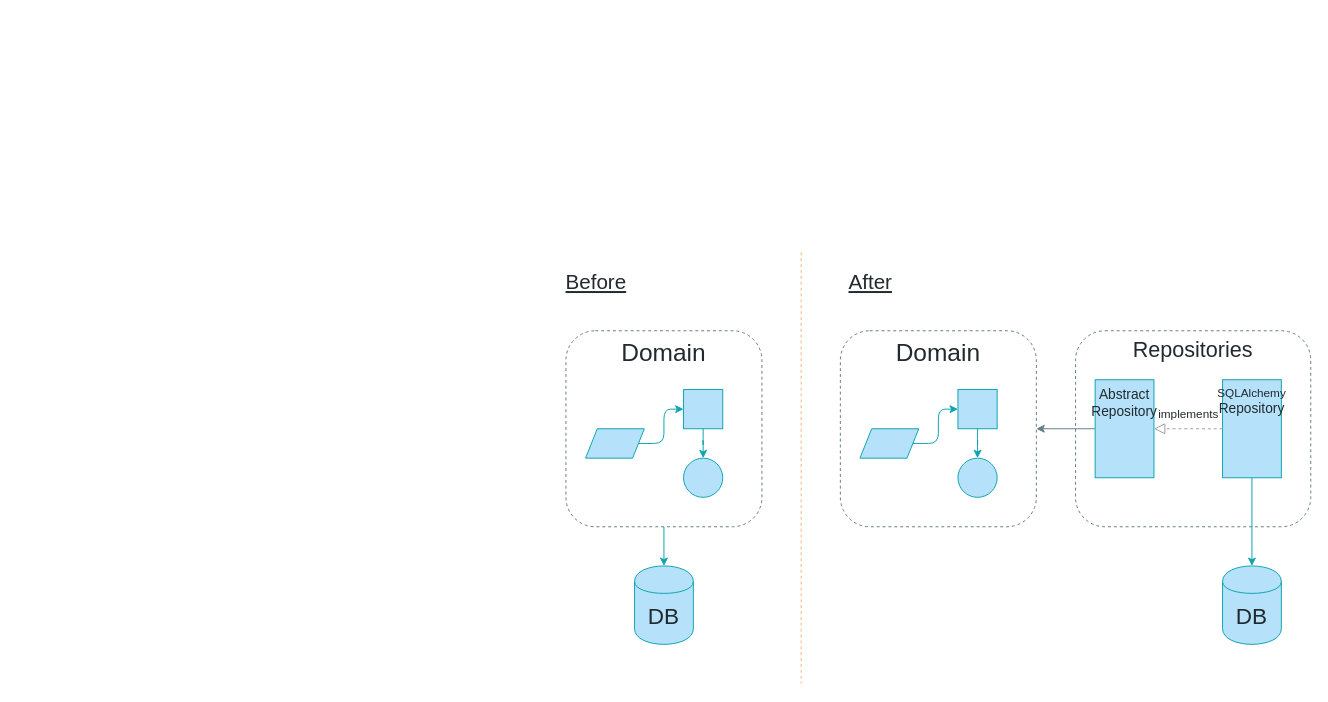
cosmicpython/book keeps this draw.io diagram as page "Chapter 2" (2 of 10) of maps.drawio. Above is the earlier version. Source tidied: cells renumbered, new cells numbered last; positions are measured from the earlier drawing's top-left corner, leaving out a move shared by most shapes. Both pictures are drawn from the tidied source at 98%, with x=0, y=0 at pixel (565, 252).
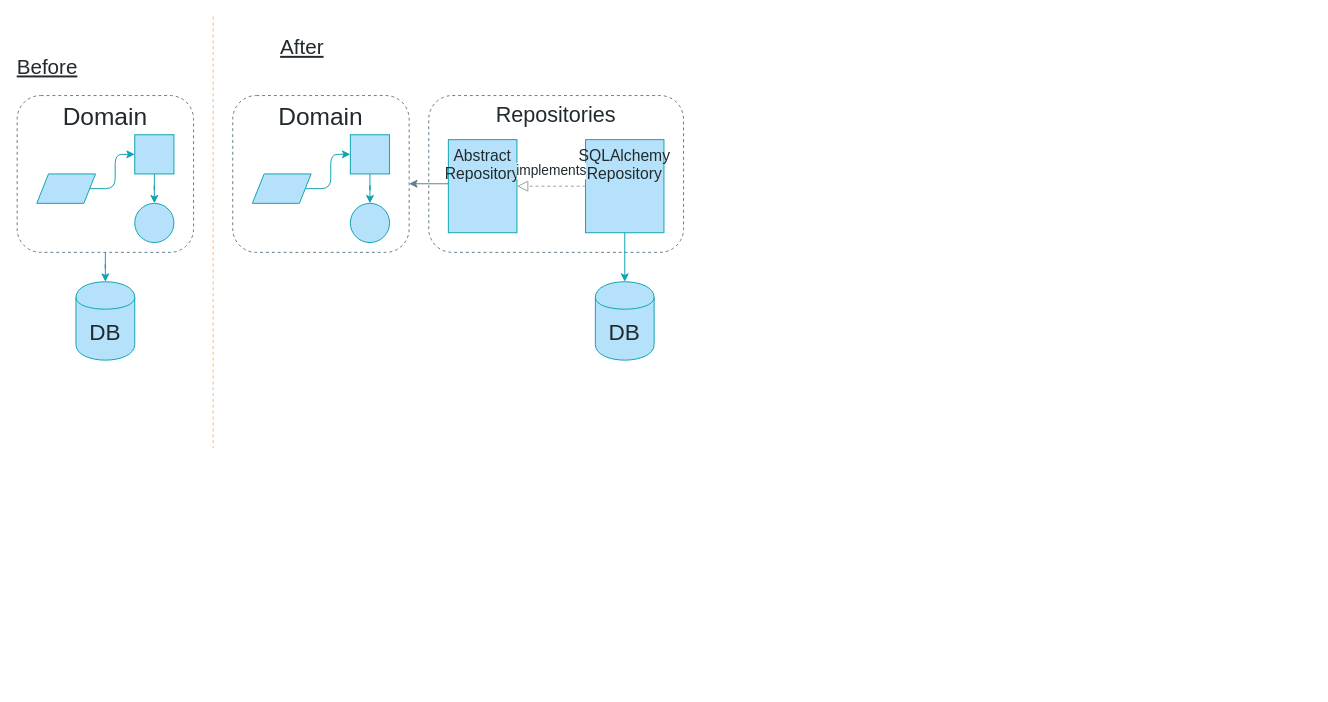
The same diagram, later.

What changed in the source:
```diff
@@
     <mxCell id="2" value="DB" style="shape=cylinder;whiteSpace=wrap;html=1;boundedLbl=1;backgroundOutline=1;strokeColor=#0FA3B1;fillColor=#B5E2FA;fontSize=23;fontColor=#212A2E;gradientColor=none;fontFamily=Guardian Sans Cond Light;" parent="1" vertex="1">
-      <mxGeometry x="70" y="320" width="60" height="80" as="geometry" />
+      <mxGeometry x="-500" y="30" width="60" height="80" as="geometry" />
     </mxCell>
@@
     <mxCell id="4" value="Before" style="text;html=1;strokeColor=none;fillColor=none;align=center;verticalAlign=middle;whiteSpace=wrap;rounded=0;fontFamily=Guardian Sans Cond Light;fontSize=21;fontColor=#212A2E;fontStyle=4;" parent="1" vertex="1">
-      <mxGeometry y="20" width="62" height="20" as="geometry" />
+      <mxGeometry x="-560" y="-200" width="62" height="20" as="geometry" />
     </mxCell>
     <mxCell id="5" style="endArrow=none;dashed=1;html=1;strokeColor=#FFB570;fillColor=#B5E2FA;fontFamily=Guardian Sans Cond Light;fontSize=21;fontColor=#212A2E;" parent="1" edge="1">
       <mxGeometry relative="1" as="geometry">
-        <mxPoint x="240" as="sourcePoint" />
-        <mxPoint x="240" y="440" as="targetPoint" />
+        <mxPoint x="-360" y="-240.4" as="sourcePoint" />
+        <mxPoint x="-360" y="199.6" as="targetPoint" />
       </mxGeometry>
     </mxCell>
     <mxCell id="6" value="After" style="text;html=1;strokeColor=none;fillColor=none;align=center;verticalAlign=middle;whiteSpace=wrap;rounded=0;fontFamily=Guardian Sans Cond Light;fontSize=21;fontColor=#212A2E;fontStyle=4;" parent="1" vertex="1">
-      <mxGeometry x="280" y="20" width="62" height="20" as="geometry" />
+      <mxGeometry x="-300" y="-220" width="62" height="20" as="geometry" />
     </mxCell>
-    <mxCell id="7" style="edgeStyle=orthogonalEdgeStyle;jettySize=auto;html=1;strokeColor=#637C89;fillColor=#B5E2FA;fontFamily=Guardian Sans Cond Light;fontSize=12;fontColor=#212A2E;" parent="1" edge="1" source="9" target="22">
-      <mxGeometry relative="1" as="geometry" />
+    <mxCell id="7" style="edgeStyle=orthogonalEdgeStyle;jettySize=auto;html=1;strokeColor=#637C89;fillColor=#B5E2FA;fontFamily=Guardian Sans Cond Light;fontSize=12;fontColor=#212A2E;" parent="1" edge="1" source="9">
+      <mxGeometry relative="1" as="geometry">
+        <mxPoint x="-160" y="-70" as="targetPoint" />
+        <Array as="points">
+          <mxPoint x="-130" y="-70" />
+          <mxPoint x="-130" y="-70" />
+        </Array>
+      </mxGeometry>
     </mxCell>
     <mxCell id="8" value="&lt;font style=&quot;font-size: 22px;&quot; color=&quot;#212A2E&quot;&gt;Repositories&lt;/font&gt;" style="whiteSpace=wrap;html=1;strokeColor=#637C89;fillColor=none;gradientColor=none;fontFamily=Guardian Sans Cond Light;fontSize=22;fontColor=#000000;verticalAlign=top;rounded=1;dashed=1;" parent="1" vertex="1">
-      <mxGeometry x="520" y="80" width="240" height="200" as="geometry" />
+      <mxGeometry x="-140" y="-160" width="260" height="160" as="geometry" />
     </mxCell>
-    <mxCell id="9" value="&lt;font style=&quot;font-size: 14px;&quot; color=&quot;#212A2E&quot;&gt;Abstract Repository&lt;br style=&quot;font-size: 14px;&quot;&gt;&lt;/font&gt;" style="whiteSpace=wrap;html=1;strokeColor=#0FA3B1;fillColor=#B5E2FA;gradientColor=none;fontFamily=Guardian Sans Cond Light;fontSize=14;fontColor=#212A2E;verticalAlign=top;" parent="1" vertex="1">
-      <mxGeometry x="540" y="130" width="60" height="100" as="geometry" />
+    <mxCell id="9" value="&lt;font style=&quot;font-size: 16px;&quot; color=&quot;#212A2E&quot;&gt;Abstract Repository&lt;br style=&quot;font-size: 16px;&quot;&gt;&lt;/font&gt;" style="whiteSpace=wrap;html=1;strokeColor=#0FA3B1;fillColor=#B5E2FA;gradientColor=none;fontFamily=Guardian Sans Cond Light;fontSize=16;fontColor=#212A2E;verticalAlign=top;" parent="1" vertex="1">
+      <mxGeometry x="-120" y="-115" width="70" height="95" as="geometry" />
     </mxCell>
@@
-    <mxCell id="11" value="SQLAlchemy&lt;br style=&quot;font-size: 12px&quot;&gt;&lt;font style=&quot;font-size: 14px&quot;&gt;Repository&lt;/font&gt;" style="whiteSpace=wrap;html=1;strokeColor=#0FA3B1;fillColor=#B5E2FA;gradientColor=none;fontFamily=Guardian Sans Cond Light;fontSize=12;fontColor=#212A2E;verticalAlign=top;" parent="1" vertex="1">
-      <mxGeometry x="670" y="130" width="60" height="100" as="geometry" />
+    <mxCell id="11" value="SQLAlchemy&lt;br style=&quot;font-size: 16px;&quot;&gt;&lt;font style=&quot;font-size: 16px;&quot;&gt;Repository&lt;/font&gt;" style="whiteSpace=wrap;html=1;strokeColor=#0FA3B1;fillColor=#B5E2FA;gradientColor=none;fontFamily=Guardian Sans Cond Light;fontSize=16;fontColor=#212A2E;verticalAlign=top;" parent="1" vertex="1">
+      <mxGeometry x="20" y="-115" width="80" height="95" as="geometry" />
     </mxCell>
-    <mxCell id="12" value="implements" style="endArrow=block;dashed=1;endFill=0;endSize=9;html=1;strokeColor=#9E9E9E;fillColor=#B5E2FA;fontFamily=Guardian Sans Cond Light;fontSize=12;fontColor=#212A2E;startSize=4;entryX=1;entryY=0.5;entryDx=0;entryDy=0;exitX=0;exitY=0.5;exitDx=0;exitDy=0;labelPosition=center;verticalLabelPosition=top;align=center;verticalAlign=bottom;spacingBottom=5;" parent="1" edge="1" source="11" target="9">
+    <mxCell id="12" value="implements" style="endArrow=block;dashed=1;endFill=0;endSize=9;html=1;strokeColor=#9E9E9E;fillColor=#B5E2FA;fontFamily=Guardian Sans Cond Light;fontSize=14;fontColor=#212A2E;startSize=4;entryX=1;entryY=0.5;entryDx=0;entryDy=0;exitX=0;exitY=0.5;exitDx=0;exitDy=0;labelPosition=center;verticalLabelPosition=top;align=center;verticalAlign=bottom;spacingBottom=5;" parent="1" edge="1" source="11" target="9">
       <mxGeometry relative="1" as="geometry" />
     </mxCell>
     <mxCell id="13" value="DB" style="shape=cylinder;whiteSpace=wrap;html=1;boundedLbl=1;backgroundOutline=1;strokeColor=#0FA3B1;fillColor=#B5E2FA;fontSize=23;fontColor=#212A2E;gradientColor=none;fontFamily=Guardian Sans Cond Light;" parent="1" vertex="1">
-      <mxGeometry x="670" y="320" width="60" height="80" as="geometry" />
+      <mxGeometry x="30" y="30" width="60" height="80" as="geometry" />
     </mxCell>
-    <mxCell id="14" style="group;" parent="1" vertex="1">
-      <mxGeometry y="80" width="200" height="200" as="geometry" />
-    </mxCell>
-    <mxCell id="15" value="Domain" style="rounded=1;whiteSpace=wrap;html=1;fontFamily=Guardian Sans Cond Light;verticalAlign=top;fontSize=25;fontColor=#212A2E;fillColor=none;strokeColor=#637C89;dashed=1;" parent="14" vertex="1">
-      <mxGeometry width="200" height="200" as="geometry" />
+    <mxCell id="15" value="Domain" style="rounded=1;whiteSpace=wrap;html=1;fontFamily=Guardian Sans Cond Light;verticalAlign=top;fontSize=25;fontColor=#212A2E;fillColor=none;strokeColor=#637C89;dashed=1;" parent="1" vertex="1">
+      <mxGeometry x="-560" y="-160" width="180" height="160" as="geometry" />
     </mxCell>
-    <mxCell id="16" style="whiteSpace=wrap;html=1;fontSize=22;strokeColor=#0FA3B1;fillColor=#B5E2FA;fontFamily=Guardian Sans Cond Light;" parent="14" vertex="1">
-      <mxGeometry x="120" y="60" width="40" height="40" as="geometry" />
+    <mxCell id="16" style="whiteSpace=wrap;html=1;fontSize=22;strokeColor=#0FA3B1;fillColor=#B5E2FA;fontFamily=Guardian Sans Cond Light;" parent="1" vertex="1">
+      <mxGeometry x="-440" y="-120" width="40" height="40" as="geometry" />
     </mxCell>
-    <mxCell id="17" style="ellipse;whiteSpace=wrap;html=1;fontSize=20;strokeColor=#0FA3B1;fillColor=#B5E2FA;fontFamily=Guardian Sans Cond Light;" parent="14" vertex="1">
-      <mxGeometry x="120" y="130" width="40" height="40" as="geometry" />
+    <mxCell id="17" style="ellipse;whiteSpace=wrap;html=1;fontSize=20;strokeColor=#0FA3B1;fillColor=#B5E2FA;fontFamily=Guardian Sans Cond Light;" parent="1" vertex="1">
+      <mxGeometry x="-440" y="-50" width="40" height="40" as="geometry" />
     </mxCell>
-    <mxCell id="18" style="edgeStyle=orthogonalEdgeStyle;jettySize=auto;html=1;fontSize=14;strokeColor=#0FA3B1;fillColor=#B5E2FA;" parent="14" edge="1" source="16" target="17">
+    <mxCell id="18" style="edgeStyle=orthogonalEdgeStyle;jettySize=auto;html=1;fontSize=14;strokeColor=#0FA3B1;fillColor=#B5E2FA;" parent="1" edge="1" source="16" target="17">
       <mxGeometry relative="1" as="geometry" />
     </mxCell>
-    <mxCell id="19" style="edgeStyle=orthogonalEdgeStyle;rounded=1;jettySize=auto;html=1;fontSize=14;strokeColor=#0FA3B1;entryX=0;entryY=0.5;entryDx=0;entryDy=0;exitX=1;exitY=0.5;exitDx=0;exitDy=0;" parent="14" edge="1" source="20" target="16">
+    <mxCell id="19" style="edgeStyle=orthogonalEdgeStyle;rounded=1;jettySize=auto;html=1;fontSize=14;strokeColor=#0FA3B1;entryX=0;entryY=0.5;entryDx=0;entryDy=0;exitX=1;exitY=0.5;exitDx=0;exitDy=0;" parent="1" edge="1" source="20" target="16">
       <mxGeometry relative="1" as="geometry" />
     </mxCell>
-    <mxCell id="20" style="shape=parallelogram;perimeter=parallelogramPerimeter;whiteSpace=wrap;html=1;strokeColor=#0FA3B1;fillColor=#B5E2FA;fontFamily=Guardian Sans Cond Light;fontSize=22;align=center;" parent="14" vertex="1">
-      <mxGeometry x="20" y="100" width="60" height="30" as="geometry" />
+    <mxCell id="20" style="shape=parallelogram;perimeter=parallelogramPerimeter;whiteSpace=wrap;html=1;strokeColor=#0FA3B1;fillColor=#B5E2FA;fontFamily=Guardian Sans Cond Light;fontSize=22;align=center;" parent="1" vertex="1">
+      <mxGeometry x="-540" y="-80" width="60" height="30" as="geometry" />
     </mxCell>
-    <mxCell id="21" style="group;" parent="1" vertex="1">
-      <mxGeometry x="280" y="80" width="200" height="200" as="geometry" />
-    </mxCell>
-    <mxCell id="22" value="Domain" style="rounded=1;whiteSpace=wrap;html=1;fontFamily=Guardian Sans Cond Light;verticalAlign=top;fontSize=25;fontColor=#212A2E;fillColor=none;strokeColor=#637C89;dashed=1;" parent="21" vertex="1">
-      <mxGeometry width="200" height="200" as="geometry" />
+    <mxCell id="22" value="Domain" style="rounded=1;whiteSpace=wrap;html=1;fontFamily=Guardian Sans Cond Light;verticalAlign=top;fontSize=25;fontColor=#212A2E;fillColor=none;strokeColor=#637C89;dashed=1;" parent="1" vertex="1">
+      <mxGeometry x="-340" y="-160" width="180" height="160" as="geometry" />
     </mxCell>
-    <mxCell id="23" style="whiteSpace=wrap;html=1;fontSize=22;strokeColor=#0FA3B1;fillColor=#B5E2FA;fontFamily=Guardian Sans Cond Light;" parent="21" vertex="1">
-      <mxGeometry x="120" y="60" width="40" height="40" as="geometry" />
-    </mxCell>
-    <mxCell id="24" style="ellipse;whiteSpace=wrap;html=1;fontSize=20;strokeColor=#0FA3B1;fillColor=#B5E2FA;fontFamily=Guardian Sans Cond Light;" parent="21" vertex="1">
-      <mxGeometry x="120" y="130" width="40" height="40" as="geometry" />
-    </mxCell>
-    <mxCell id="25" style="edgeStyle=orthogonalEdgeStyle;jettySize=auto;html=1;fontSize=14;strokeColor=#0FA3B1;fillColor=#B5E2FA;" parent="21" edge="1" source="23" target="24">
-      <mxGeometry relative="1" as="geometry" />
-    </mxCell>
-    <mxCell id="26" style="edgeStyle=orthogonalEdgeStyle;rounded=1;jettySize=auto;html=1;fontSize=14;strokeColor=#0FA3B1;entryX=0;entryY=0.5;entryDx=0;entryDy=0;exitX=1;exitY=0.5;exitDx=0;exitDy=0;" parent="21" edge="1" source="27" target="23">
-      <mxGeometry relative="1" as="geometry" />
-    </mxCell>
-    <mxCell id="27" style="shape=parallelogram;perimeter=parallelogramPerimeter;whiteSpace=wrap;html=1;strokeColor=#0FA3B1;fillColor=#B5E2FA;fontFamily=Guardian Sans Cond Light;fontSize=22;align=center;" parent="21" vertex="1">
-      <mxGeometry x="20" y="100" width="60" height="30" as="geometry" />
-    </mxCell>
+    <mxCell id="28" style="whiteSpace=wrap;html=1;fontSize=22;strokeColor=#0FA3B1;fillColor=#B5E2FA;fontFamily=Guardian Sans Cond Light;" parent="1" vertex="1">
+      <mxGeometry x="-220" y="-120" width="40" height="40" as="geometry" />
+    </mxCell>
+    <mxCell id="29" style="ellipse;whiteSpace=wrap;html=1;fontSize=20;strokeColor=#0FA3B1;fillColor=#B5E2FA;fontFamily=Guardian Sans Cond Light;" parent="1" vertex="1">
+      <mxGeometry x="-220" y="-50" width="40" height="40" as="geometry" />
+    </mxCell>
+    <mxCell id="30" style="edgeStyle=orthogonalEdgeStyle;jettySize=auto;html=1;fontSize=14;strokeColor=#0FA3B1;fillColor=#B5E2FA;" parent="1" edge="1" source="28" target="29">
+      <mxGeometry relative="1" as="geometry" />
+    </mxCell>
+    <mxCell id="31" style="edgeStyle=orthogonalEdgeStyle;rounded=1;jettySize=auto;html=1;fontSize=14;strokeColor=#0FA3B1;entryX=0;entryY=0.5;entryDx=0;entryDy=0;exitX=1;exitY=0.5;exitDx=0;exitDy=0;" parent="1" edge="1" source="32" target="28">
+      <mxGeometry relative="1" as="geometry" />
+    </mxCell>
+    <mxCell id="32" style="shape=parallelogram;perimeter=parallelogramPerimeter;whiteSpace=wrap;html=1;strokeColor=#0FA3B1;fillColor=#B5E2FA;fontFamily=Guardian Sans Cond Light;fontSize=22;align=center;" parent="1" vertex="1">
+      <mxGeometry x="-320" y="-80" width="60" height="30" as="geometry" />
+    </mxCell>
```
